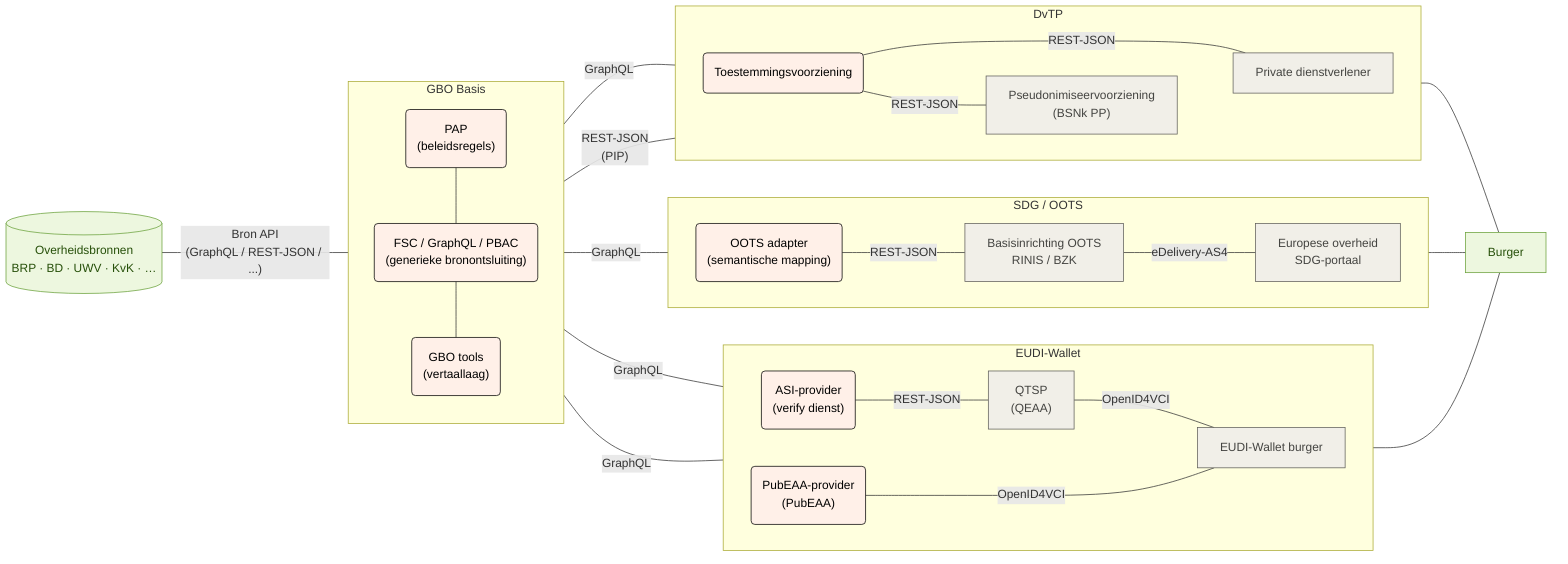
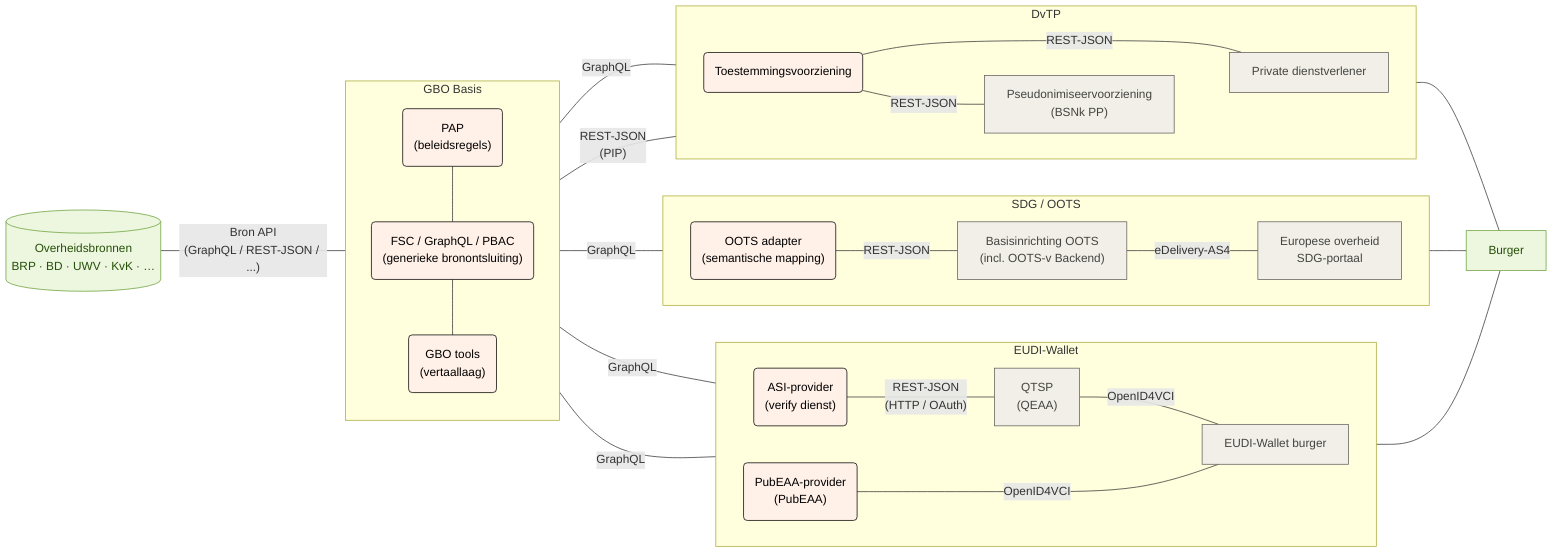
flowchart LR
  subgraph gbo["GBO Basis"]
    direction TB
        fsc_pap("PAP<br/>(beleidsregels)")
        fsc("FSC / GraphQL / PBAC<br/>(generieke bronontsluiting)")
        fsc_tools("GBO tools<br/>(vertaallaag)")
  end
  subgraph eudi["EUDI-Wallet"]
    direction LR
        eudi_asi("ASI-provider<br/>(verify dienst)")
        eudi_pubeaa("PubEAA-provider<br/>(PubEAA)")
        eudi_qeaa["QTSP<br/>(QEAA)"]
        eudi_wallet["EUDI-Wallet burger"]
  end
  subgraph oots["SDG / OOTS"]
    direction LR
        oots_adapter("OOTS adapter<br/>(semantische mapping)")
-         oots_basis["Basisinrichting OOTS<br/>RINIS / BZK"]
+         oots_basis["Basisinrichting OOTS<br/>(incl. OOTS-v Backend)"]
        oots_afnemer["Europese overheid<br/>SDG-portaal"]
  end
  subgraph dvtp["DvTP"]
    direction LR
        dvtp_toestemming("Toestemmingsvoorziening")
        dvtp_pseudoniem["Pseudonimiseervoorziening<br/>(BSNk PP)"]
        dvtp_afnemer["Private dienstverlener"]
  end

  fsc_pap --- fsc
  fsc --- fsc_tools
  bron[("Overheidsbronnen<br/>BRP · BD · UWV · KvK · …")] -- Bron API<br/>(GraphQL / REST-JSON / ...) --- gbo
-   eudi_asi -- REST-JSON --- eudi_qeaa
+   eudi_asi -- REST-JSON<br/>(HTTP / OAuth) --- eudi_qeaa
  eudi_qeaa -- OpenID4VCI --- eudi_wallet
  gbo -- GraphQL --- eudi_asi & eudi_pubeaa & oots_adapter & dvtp_afnemer
  eudi_pubeaa -- OpenID4VCI ---- eudi_wallet
  oots_adapter -- REST-JSON --- oots_basis
  oots_basis -- eDelivery-AS4 --- oots_afnemer
  gbo -- REST-JSON<br/>(PIP) --- dvtp_toestemming
  dvtp_toestemming -- REST-JSON --- dvtp_afnemer
  dvtp_toestemming -- REST-JSON --- dvtp_pseudoniem
  dvtp_pseudoniem ~~~ dvtp_afnemer
  eudi_wallet --- burger["Burger"]
  oots_afnemer --- burger
  dvtp_afnemer --- burger

  fsc_pap:::gbo
  fsc:::gbo
  fsc_tools:::gbo
  eudi_asi:::gbo
  eudi_pubeaa:::gbo
  eudi_qeaa:::eudi
  eudi_wallet:::eudi
  oots_adapter:::gbo
  oots_basis:::oots
  oots_afnemer:::oots
  dvtp_toestemming:::gbo
  dvtp_pseudoniem:::dvtp
  dvtp_afnemer:::dvtp
  bron:::bron
  burger:::burger

  classDef bron fill:#edf7df,stroke:#6aa13a,color:#27500a
  classDef generiek fill:#f1efe8,stroke:#5f5e5a,color:#444441
  classDef eudi fill:#f1efe8,stroke:#5f5e5a,color:#444441
  classDef oots fill:#f1efe8,stroke:#5f5e5a,color:#444441
  classDef dvtp fill:#f1efe8,stroke:#5f5e5a,color:#444441
  classDef gbo fill:#fff0e8,stroke:#000000,color:#000000
  classDef burger fill:#edf7df,stroke:#6aa13a,color:#27500a
